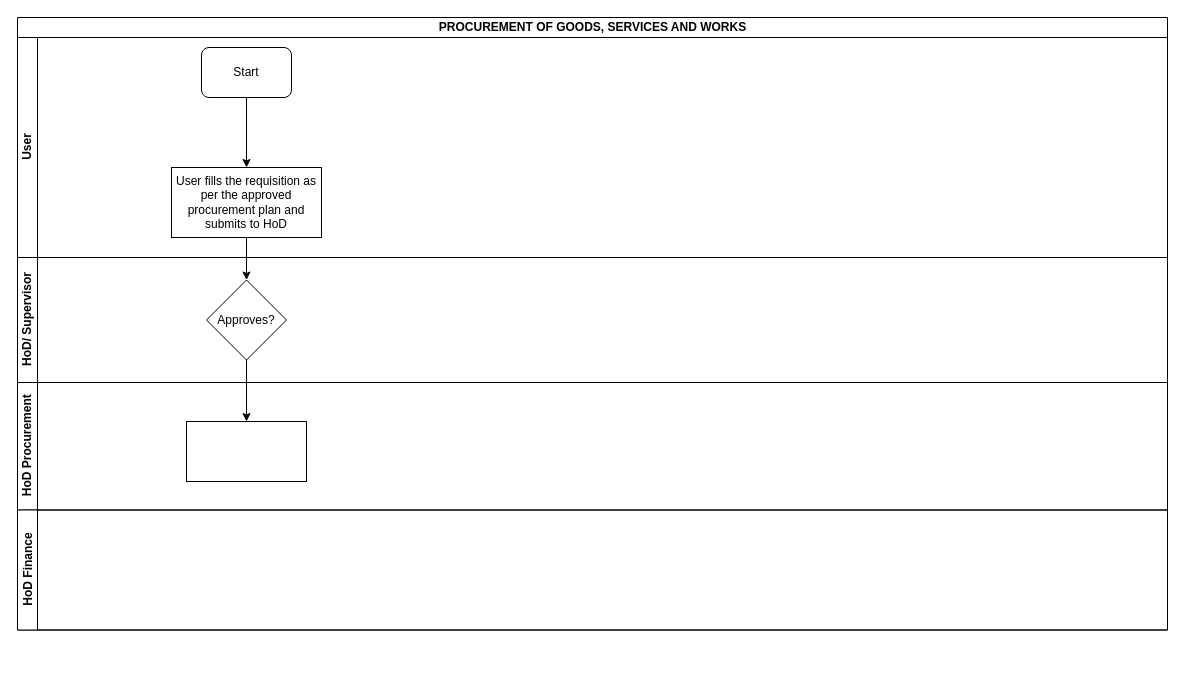
Above: LC-PROC-PROCUREMENT OF GOODS SERVICES AND WORKS.drawio in kmagua/flowcharts (draw.io), before the change. Source tidied: cells renumbered, new cells numbered last; positions are measured from the earlier drawing's top-left corner, leaving out a move shared by most shapes. Both pictures are drawn from the tidied source at 100%, with x=0, y=0 at pixel (17, 17).
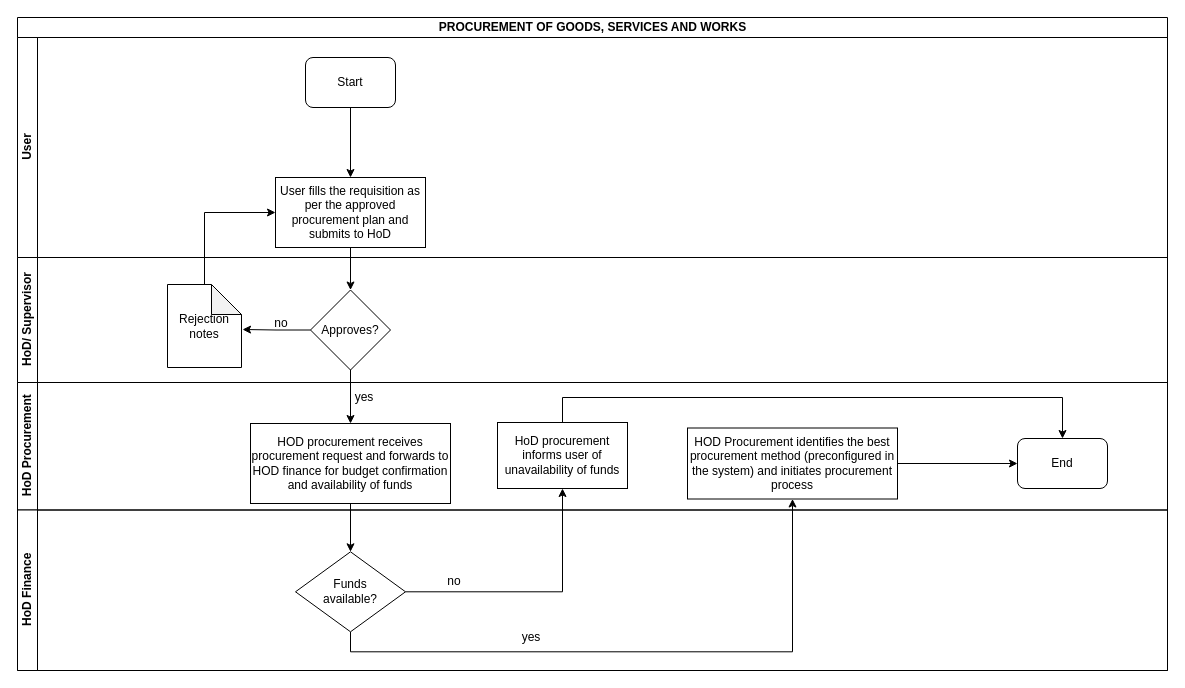
Above is the later version.

Unchanged cells that the change refers to:
```xml
<mxCell id="3" value="User" style="swimlane;html=1;startSize=20;horizontal=0;" parent="2" vertex="1">
  <mxGeometry y="20" width="1150" height="220" as="geometry" />
</mxCell>
<mxCell id="7" value="HoD/ Supervisor" style="swimlane;html=1;startSize=20;horizontal=0;" parent="2" vertex="1">
  <mxGeometry y="240" width="1150" height="125" as="geometry" />
</mxCell>
<mxCell id="9" value="HoD Procurement" style="swimlane;html=1;startSize=20;horizontal=0;" parent="2" vertex="1">
  <mxGeometry y="365" width="1150" height="127.5" as="geometry" />
</mxCell>
```

Diff of the diagram source:
```diff
@@
     <mxCell id="2" value="PROCUREMENT OF GOODS, SERVICES AND WORKS" style="swimlane;html=1;horizontal=1;startSize=20;" parent="1" vertex="1">
-      <mxGeometry width="1150" height="612.5" as="geometry" />
+      <mxGeometry width="1150" height="653" as="geometry" />
     </mxCell>
@@
     <mxCell id="4" value="Start" style="rounded=1;whiteSpace=wrap;html=1;" parent="3" vertex="1">
-      <mxGeometry x="184" y="10" width="90" height="50" as="geometry" />
+      <mxGeometry x="288" y="20" width="90" height="50" as="geometry" />
     </mxCell>
     <mxCell id="5" value="User fills the requisition as per the approved procurement plan and submits to HoD" style="rounded=0;whiteSpace=wrap;html=1;" parent="3" vertex="1">
-      <mxGeometry x="154" y="130" width="150" height="70" as="geometry" />
+      <mxGeometry x="258" y="140" width="150" height="70" as="geometry" />
     </mxCell>
@@
+    <mxCell id="12" style="edgeStyle=orthogonalEdgeStyle;rounded=0;jettySize=auto;html=1;" parent="2" edge="1" source="5" target="8">
+      <mxGeometry relative="1" as="geometry" />
+    </mxCell>
+    <mxCell id="13" style="edgeStyle=orthogonalEdgeStyle;rounded=0;jettySize=auto;html=1;" parent="2" edge="1" source="8" target="10">
+      <mxGeometry relative="1" as="geometry" />
+    </mxCell>
+    <mxCell id="14" style="edgeStyle=orthogonalEdgeStyle;rounded=0;jettySize=auto;html=1;entryX=0;entryY=0.5;entryDx=0;entryDy=0;" parent="2" edge="1" source="17" target="5">
+      <mxGeometry relative="1" as="geometry">
+        <Array as="points">
+          <mxPoint x="187" y="195" />
+        </Array>
+      </mxGeometry>
+    </mxCell>
+    <mxCell id="15" style="edgeStyle=orthogonalEdgeStyle;rounded=0;jettySize=auto;html=1;" parent="2" edge="1" source="10" target="25">
+      <mxGeometry relative="1" as="geometry" />
+    </mxCell>
+    <mxCell id="16" style="edgeStyle=orthogonalEdgeStyle;rounded=0;jettySize=auto;html=1;exitX=0.5;exitY=1;exitDx=0;exitDy=0;" parent="2" edge="1" source="25" target="20">
+      <mxGeometry relative="1" as="geometry" />
+    </mxCell>
@@
     <mxCell id="8" value="Approves?" style="rhombus;whiteSpace=wrap;html=1;" parent="7" vertex="1">
-      <mxGeometry x="189" y="22.5" width="80" height="80" as="geometry" />
+      <mxGeometry x="293" y="32.5" width="80" height="80" as="geometry" />
     </mxCell>
+    <mxCell id="17" value="Rejection notes" style="shape=note;whiteSpace=wrap;html=1;backgroundOutline=1;darkOpacity=0.05;" parent="7" vertex="1">
+      <mxGeometry x="150" y="27" width="74" height="83" as="geometry" />
+    </mxCell>
+    <mxCell id="18" style="edgeStyle=orthogonalEdgeStyle;rounded=0;jettySize=auto;html=1;entryX=1.014;entryY=0.542;entryDx=0;entryDy=0;entryPerimeter=0;exitX=0;exitY=0.5;exitDx=0;exitDy=0;" parent="7" edge="1" source="8" target="17">
+      <mxGeometry relative="1" as="geometry" />
+    </mxCell>
@@
-    <mxCell id="10" style="whiteSpace=wrap;html=1;" parent="9" vertex="1">
-      <mxGeometry x="169" y="39" width="120" height="60" as="geometry" />
+    <mxCell id="10" value="HOD procurement receives procurement request and forwards to HOD finance for budget confirmation and availability of funds" style="whiteSpace=wrap;html=1;" parent="9" vertex="1">
+      <mxGeometry x="233" y="41" width="200" height="80" as="geometry" />
     </mxCell>
+    <mxCell id="19" value="yes" style="text;html=1;strokeColor=none;fillColor=none;align=center;verticalAlign=middle;whiteSpace=wrap;rounded=0;" parent="9" vertex="1">
+      <mxGeometry x="327" y="5" width="40" height="20" as="geometry" />
+    </mxCell>
+    <mxCell id="20" value="HOD Procurement identifies the best procurement method (preconfigured in the system) and initiates procurement process" style="whiteSpace=wrap;html=1;" parent="9" vertex="1">
+      <mxGeometry x="670" y="45.5" width="210" height="71" as="geometry" />
+    </mxCell>
+    <mxCell id="21" value="End" style="rounded=1;whiteSpace=wrap;html=1;" parent="9" vertex="1">
+      <mxGeometry x="1000" y="56" width="90" height="50" as="geometry" />
+    </mxCell>
+    <mxCell id="22" style="edgeStyle=orthogonalEdgeStyle;rounded=0;jettySize=auto;html=1;entryX=0;entryY=0.5;entryDx=0;entryDy=0;" parent="9" edge="1" source="20" target="21">
+      <mxGeometry relative="1" as="geometry" />
+    </mxCell>
+    <mxCell id="23" value="HoD procurement informs user of unavailability of funds" style="whiteSpace=wrap;html=1;" parent="9" vertex="1">
+      <mxGeometry x="480" y="40" width="130" height="66" as="geometry" />
+    </mxCell>
+    <mxCell id="24" style="edgeStyle=orthogonalEdgeStyle;rounded=0;jettySize=auto;html=1;entryX=0.5;entryY=0;entryDx=0;entryDy=0;" parent="9" edge="1" source="23" target="21">
+      <mxGeometry relative="1" as="geometry">
+        <Array as="points">
+          <mxPoint x="545" y="15" />
+          <mxPoint x="1045" y="15" />
+        </Array>
+      </mxGeometry>
+    </mxCell>
     <mxCell id="11" value="HoD Finance" style="swimlane;html=1;startSize=20;horizontal=0;" parent="2" vertex="1">
-      <mxGeometry y="492.5" width="1150" height="120" as="geometry" />
+      <mxGeometry y="492.5" width="1150" height="160.5" as="geometry" />
     </mxCell>
-    <mxCell id="12" style="edgeStyle=orthogonalEdgeStyle;rounded=0;jettySize=auto;html=1;" parent="2" edge="1" source="5" target="8">
-      <mxGeometry relative="1" as="geometry" />
-    </mxCell>
-    <mxCell id="13" style="edgeStyle=orthogonalEdgeStyle;rounded=0;jettySize=auto;html=1;" parent="2" edge="1" source="8" target="10">
-      <mxGeometry relative="1" as="geometry" />
-    </mxCell>
+    <mxCell id="25" value="&lt;div&gt;Funds &lt;br&gt;&lt;/div&gt;&lt;div&gt;available?&lt;/div&gt;" style="rhombus;whiteSpace=wrap;html=1;" parent="11" vertex="1">
+      <mxGeometry x="278" y="41.8" width="110" height="80" as="geometry" />
+    </mxCell>
+    <mxCell id="26" value="yes" style="text;html=1;strokeColor=none;fillColor=none;align=center;verticalAlign=middle;whiteSpace=wrap;rounded=0;" parent="11" vertex="1">
+      <mxGeometry x="494" y="117.5" width="40" height="20" as="geometry" />
+    </mxCell>
+    <mxCell id="27" style="edgeStyle=orthogonalEdgeStyle;rounded=0;jettySize=auto;html=1;" parent="2" edge="1" source="25" target="23">
+      <mxGeometry relative="1" as="geometry" />
+    </mxCell>
+    <mxCell id="28" value="no" style="text;html=1;strokeColor=none;fillColor=none;align=center;verticalAlign=middle;whiteSpace=wrap;rounded=0;" parent="1" vertex="1">
+      <mxGeometry x="244" y="296" width="40" height="20" as="geometry" />
+    </mxCell>
+    <mxCell id="29" value="no" style="text;html=1;strokeColor=none;fillColor=none;align=center;verticalAlign=middle;whiteSpace=wrap;rounded=0;" parent="1" vertex="1">
+      <mxGeometry x="417" y="554" width="40" height="20" as="geometry" />
+    </mxCell>
```
